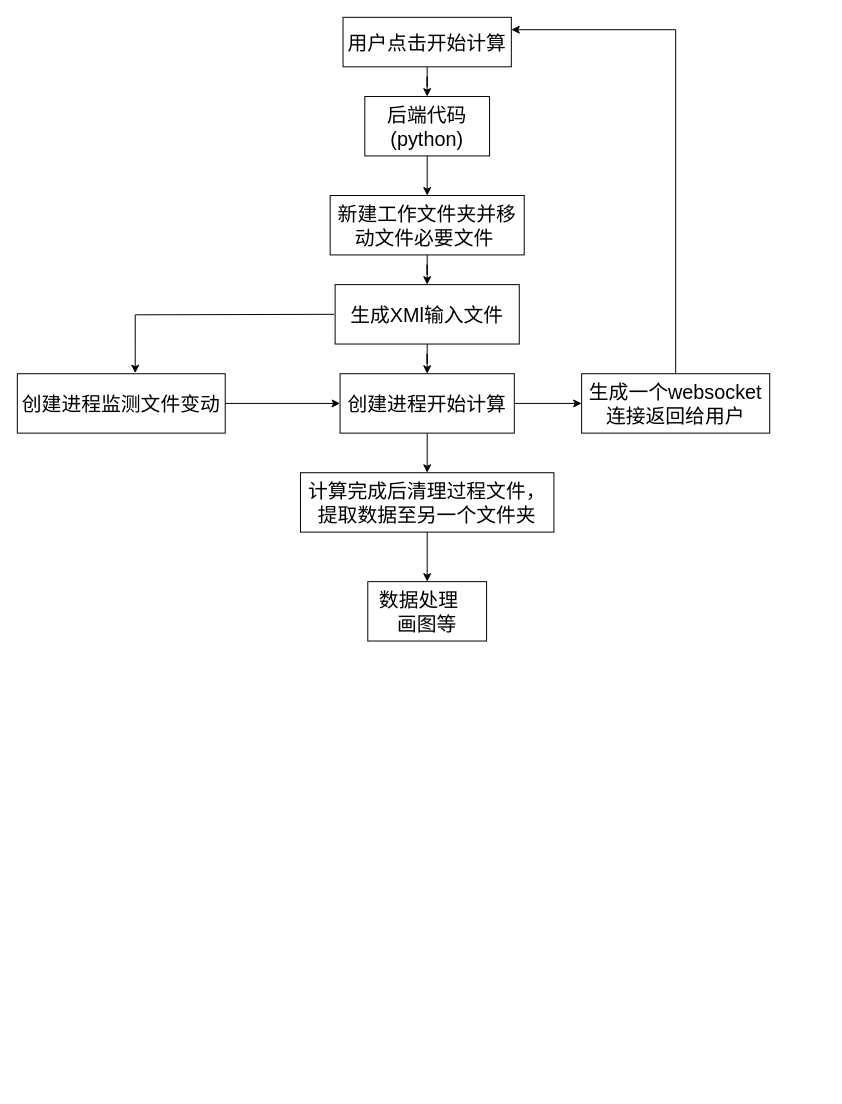
Earlier version of the draw.io diagram Untitled Diagram.drawio (Mr-Gump/MyGraphs). Source tidied: cells renumbered, new cells numbered last; positions are measured from the earlier drawing's top-left corner, leaving out a move shared by most shapes. Both pictures are drawn from the tidied source at 99%, with x=0, y=0 at pixel (17, 17).
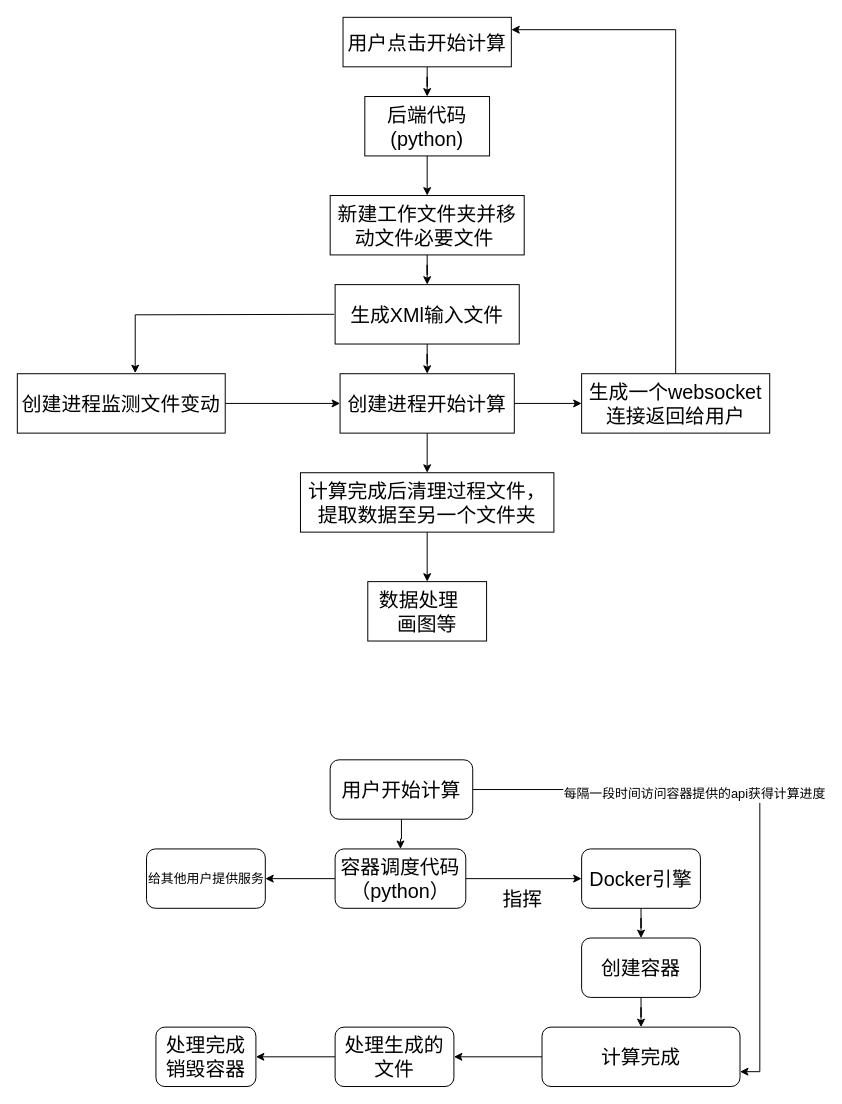
The same diagram, later.

Diff of the diagram source:
```diff
@@
+    <mxCell id="21" style="edgeStyle=orthogonalEdgeStyle;rounded=0;jettySize=auto;html=1;fontSize=20;" parent="1" edge="1" source="24" target="27">
+      <mxGeometry relative="1" as="geometry" />
+    </mxCell>
+    <mxCell id="22" style="edgeStyle=orthogonalEdgeStyle;rounded=0;jettySize=auto;html=1;entryX=1;entryY=0.75;entryDx=0;entryDy=0;fontSize=20;" parent="1" edge="1" source="24" target="34">
+      <mxGeometry relative="1" as="geometry" />
+    </mxCell>
+    <mxCell id="23" value="&lt;font style=&quot;font-size: 13px&quot;&gt;每隔一段时间访问容器提供的api获得计算进度&lt;/font&gt;" style="edgeLabel;html=1;align=center;verticalAlign=middle;fontSize=20;" parent="22" vertex="1">
+      <mxGeometry x="-0.25" relative="1" as="geometry" />
+    </mxCell>
+    <mxCell id="24" value="用户开始计算" style="rounded=1;whiteSpace=wrap;html=1;fontSize=20;" parent="1" vertex="1">
+      <mxGeometry x="316" y="750" width="144" height="60" as="geometry" />
+    </mxCell>
+    <mxCell id="25" style="edgeStyle=orthogonalEdgeStyle;rounded=0;jettySize=auto;html=1;fontSize=20;" parent="1" edge="1" source="27" target="29">
+      <mxGeometry relative="1" as="geometry" />
+    </mxCell>
+    <mxCell id="26" style="edgeStyle=orthogonalEdgeStyle;rounded=0;jettySize=auto;html=1;fontSize=13;" parent="1" edge="1" source="27" target="38">
+      <mxGeometry relative="1" as="geometry" />
+    </mxCell>
+    <mxCell id="27" value="容器调度代码（python）" style="whiteSpace=wrap;html=1;fontSize=20;rounded=1;" parent="1" vertex="1">
+      <mxGeometry x="321" y="840" width="132" height="60" as="geometry" />
+    </mxCell>
+    <mxCell id="28" style="edgeStyle=orthogonalEdgeStyle;rounded=0;jettySize=auto;html=1;fontSize=20;" parent="1" edge="1" source="29" target="32">
+      <mxGeometry relative="1" as="geometry" />
+    </mxCell>
+    <mxCell id="29" value="Docker引擎" style="whiteSpace=wrap;html=1;fontSize=20;rounded=1;" parent="1" vertex="1">
+      <mxGeometry x="570" y="840" width="120" height="60" as="geometry" />
+    </mxCell>
+    <mxCell id="30" value="指挥" style="text;html=1;align=center;verticalAlign=middle;strokeColor=none;fillColor=none;fontSize=20;" parent="1" vertex="1">
+      <mxGeometry x="480" y="875" width="60" height="30" as="geometry" />
+    </mxCell>
+    <mxCell id="31" style="edgeStyle=orthogonalEdgeStyle;rounded=0;jettySize=auto;html=1;fontSize=20;" parent="1" edge="1" source="32" target="34">
+      <mxGeometry relative="1" as="geometry" />
+    </mxCell>
+    <mxCell id="32" value="创建容器" style="whiteSpace=wrap;html=1;fontSize=20;rounded=1;" parent="1" vertex="1">
+      <mxGeometry x="570" y="930" width="120" height="60" as="geometry" />
+    </mxCell>
+    <mxCell id="33" style="edgeStyle=orthogonalEdgeStyle;rounded=0;jettySize=auto;html=1;exitX=0;exitY=0.5;exitDx=0;exitDy=0;fontSize=20;entryX=1;entryY=0.5;entryDx=0;entryDy=0;" parent="1" edge="1" source="34" target="36">
+      <mxGeometry relative="1" as="geometry" />
+    </mxCell>
+    <mxCell id="34" value="计算完成" style="whiteSpace=wrap;html=1;fontSize=20;rounded=1;" parent="1" vertex="1">
+      <mxGeometry x="530" y="1020" width="200" height="60" as="geometry" />
+    </mxCell>
+    <mxCell id="35" style="edgeStyle=orthogonalEdgeStyle;rounded=0;jettySize=auto;html=1;fontSize=13;" parent="1" edge="1" source="36" target="37">
+      <mxGeometry relative="1" as="geometry" />
+    </mxCell>
+    <mxCell id="36" value="处理生成的文件" style="rounded=1;whiteSpace=wrap;html=1;fontSize=20;" parent="1" vertex="1">
+      <mxGeometry x="321" y="1020" width="120" height="60" as="geometry" />
+    </mxCell>
+    <mxCell id="37" value="处理完成销毁容器" style="whiteSpace=wrap;html=1;fontSize=20;rounded=1;" parent="1" vertex="1">
+      <mxGeometry x="140" y="1020" width="101" height="60" as="geometry" />
+    </mxCell>
+    <mxCell id="38" value="给其他用户提供服务" style="rounded=1;whiteSpace=wrap;html=1;fontSize=13;" parent="1" vertex="1">
+      <mxGeometry x="130.5" y="840" width="120" height="60" as="geometry" />
+    </mxCell>
```
